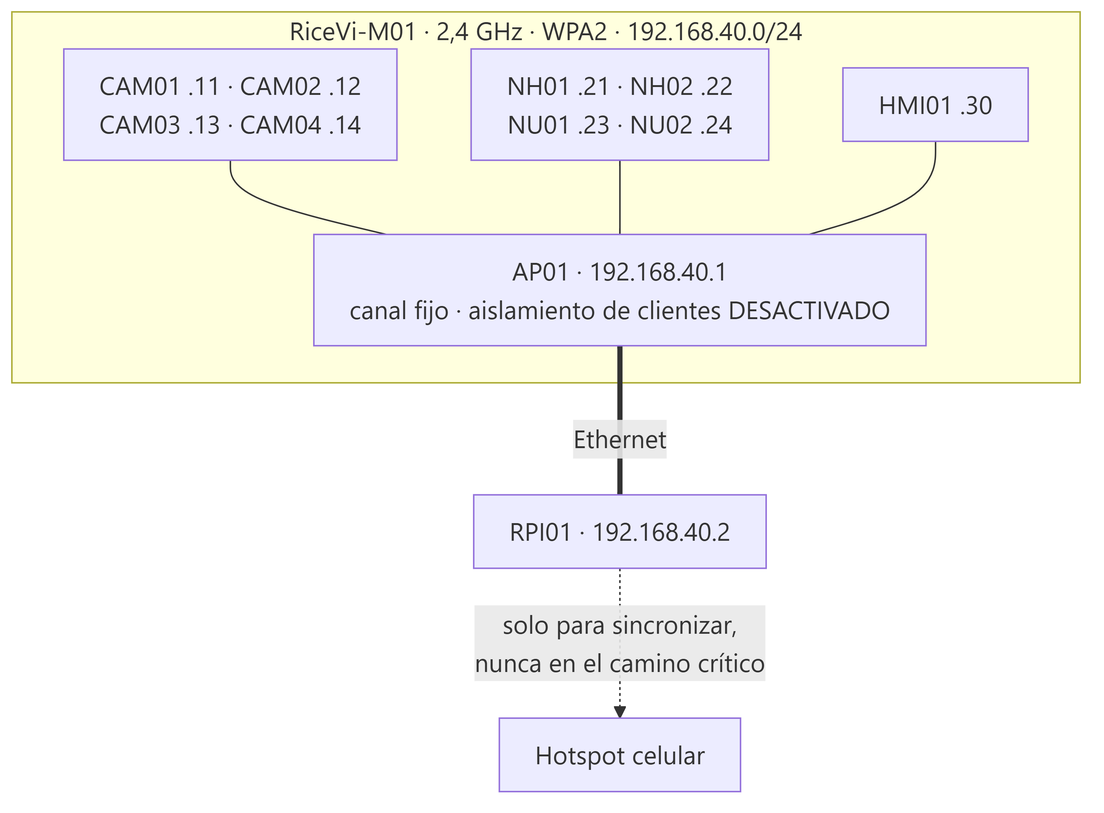
This is docs/diagramas/05-red.png from Camilo1408/config-ricevi, a Mermaid export, as it was before one commit. Its source is kept beside it as docs/diagramas/05-red.mmd.
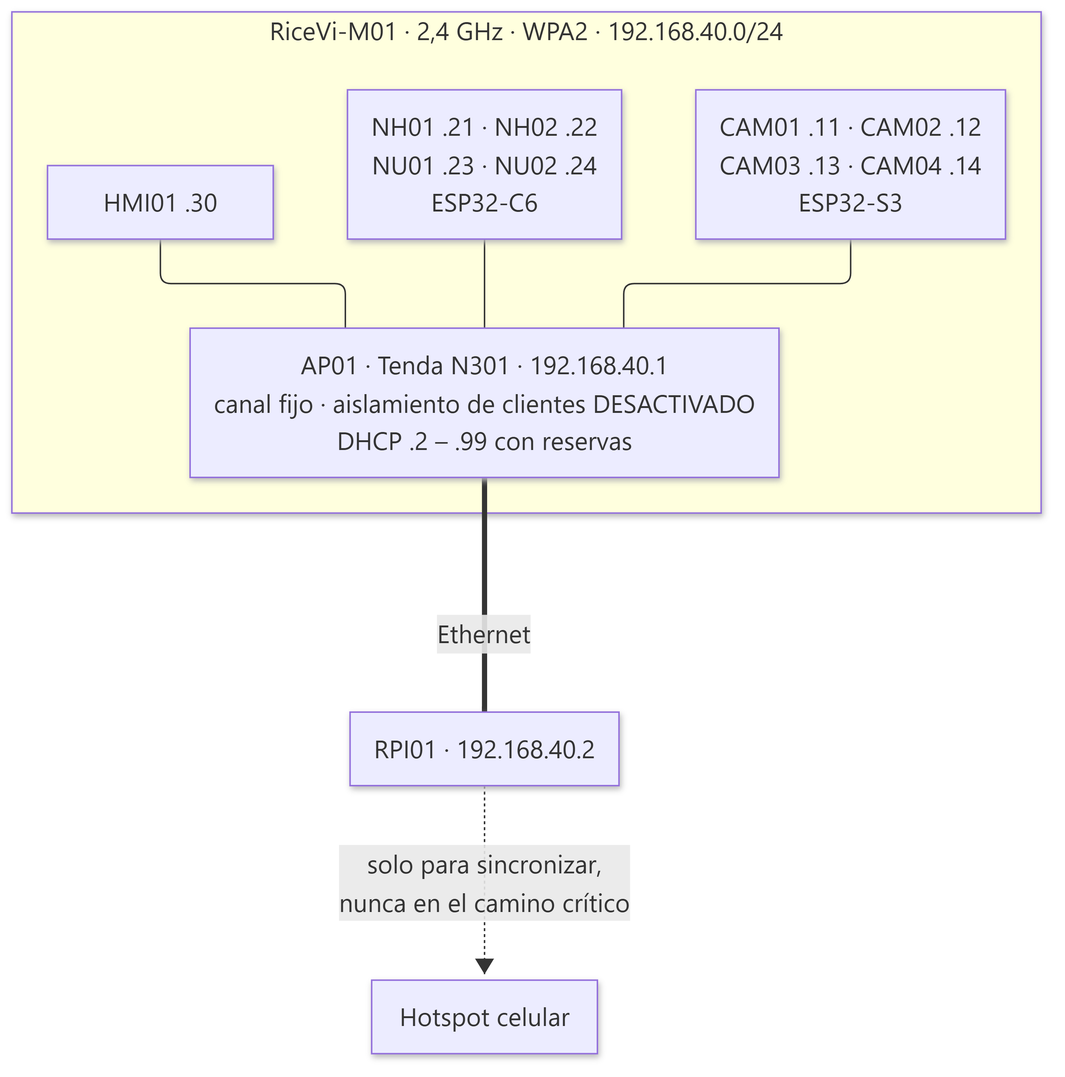
The same diagram one commit later.

Diff of the diagram source:
```diff
@@ -1,8 +1,8 @@
 flowchart TD
   subgraph LAN["RiceVi-M01 · 2,4 GHz · WPA2 · 192.168.40.0/24"]
-    AP["AP01 · 192.168.40.1<br/>canal fijo · aislamiento de clientes DESACTIVADO"]
-    CAMS["CAM01 .11 · CAM02 .12<br/>CAM03 .13 · CAM04 .14"] --- AP
-    SENS["NH01 .21 · NH02 .22<br/>NU01 .23 · NU02 .24"] --- AP
+    AP["AP01 · Tenda N301 · 192.168.40.1<br/>canal fijo · aislamiento de clientes DESACTIVADO<br/>DHCP .2 – .99 con reservas"]
+    CAMS["CAM01 .11 · CAM02 .12<br/>CAM03 .13 · CAM04 .14<br/>ESP32-S3"] --- AP
+    SENS["NH01 .21 · NH02 .22<br/>NU01 .23 · NU02 .24<br/>ESP32-C6"] --- AP
     UI["HMI01 .30"] --- AP
   end
   AP ===|"Ethernet"| RPI["RPI01 · 192.168.40.2"]
```
